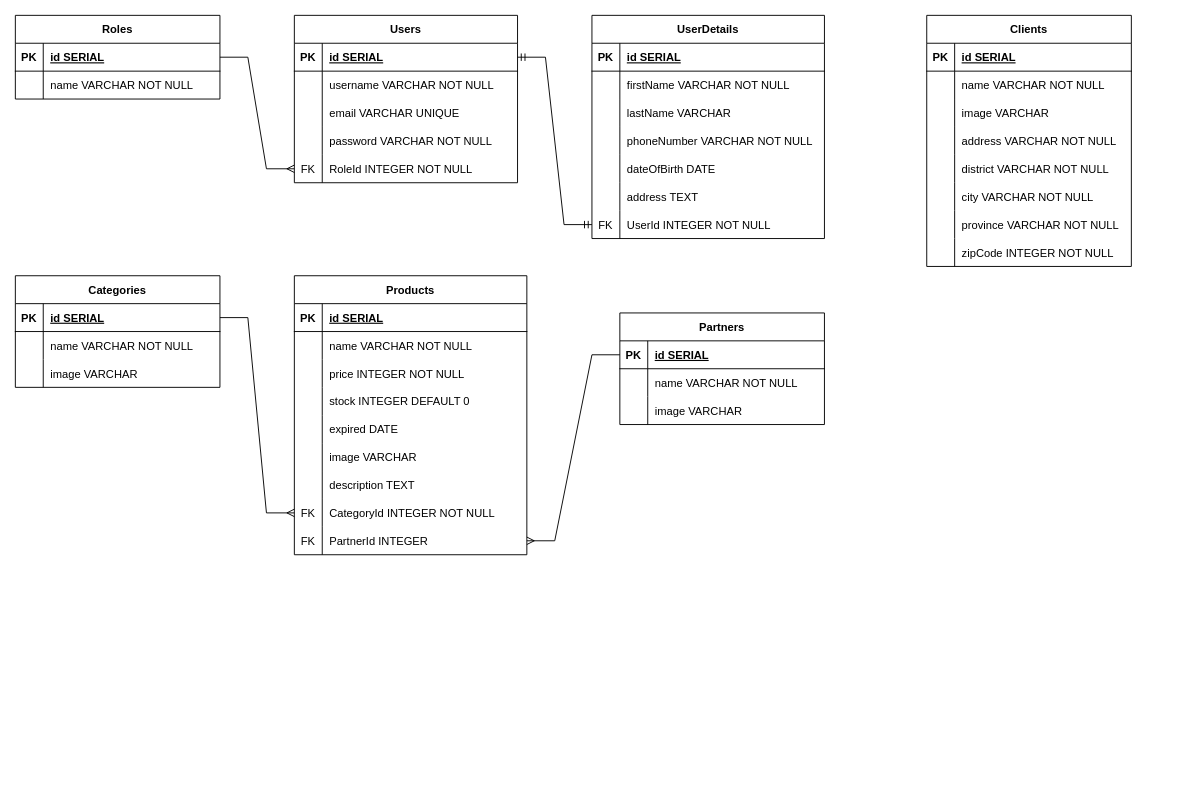
Before: public/tolisfresh.drawio in sakirsyarian/tolis-fresh, a draw.io diagram. Source tidied: cells renumbered, new cells numbered last; positions are measured from the earlier drawing's top-left corner, leaving out a move shared by most shapes. Both pictures are drawn from the tidied source at 93%, with x=0, y=0 at pixel (15, 15).
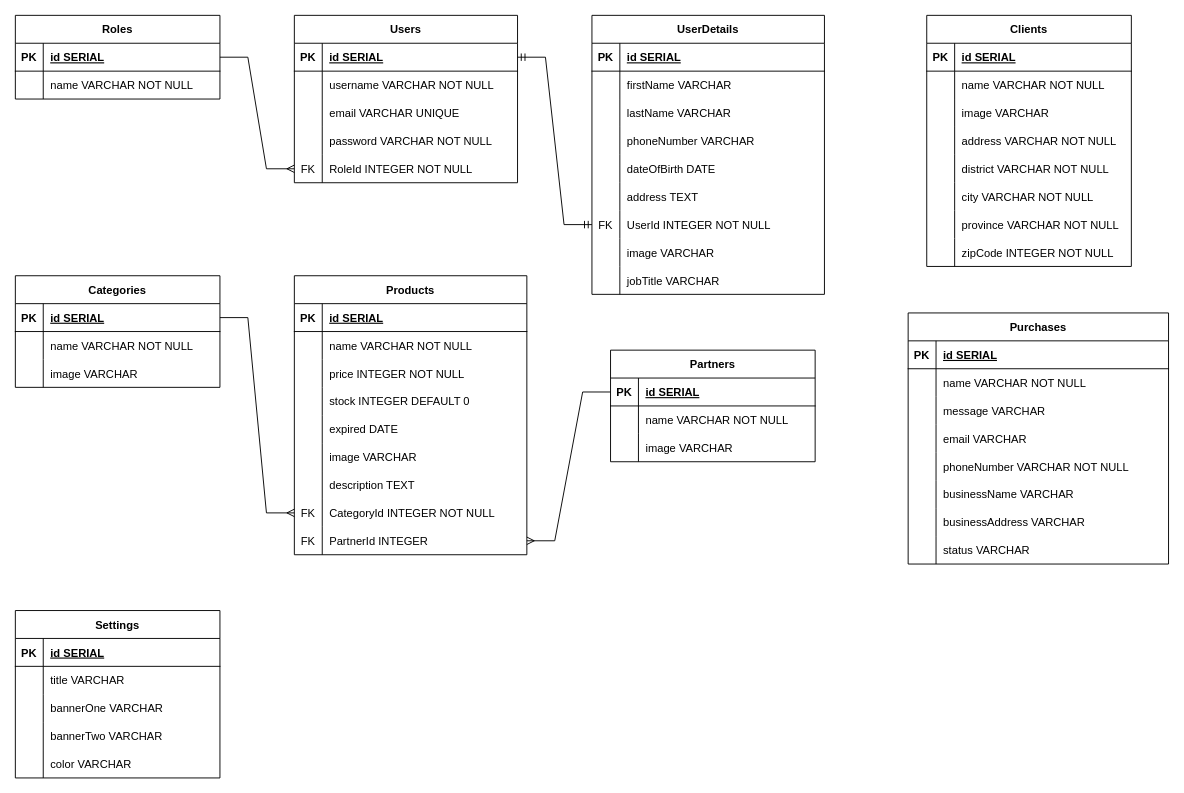
The same page after the edit.

The change refers to these unchanged cells:
```xml
<mxCell id="22" style="shape=tableRow;horizontal=0;startSize=0;swimlaneHead=0;swimlaneBody=0;fillColor=none;top=0;left=0;right=0;bottom=0;" parent="18" vertex="1">
  <mxGeometry y="60" width="250" height="30" as="geometry" />
</mxCell>
<mxCell id="28" style="shape=tableRow;horizontal=0;startSize=0;swimlaneHead=0;swimlaneBody=0;fillColor=none;top=0;left=0;right=0;bottom=0;" parent="18" vertex="1">
  <mxGeometry y="120" width="250" height="30" as="geometry" />
</mxCell>
```

Change to the diagram source:
```diff
@@
     <mxCell id="18" value="UserDetails" style="shape=table;startSize=30;childLayout=tableLayout;rowLines=0;fontStyle=1;align=center;" parent="1" vertex="1">
-      <mxGeometry x="620" width="250" height="240" as="geometry" />
+      <mxGeometry x="620" width="250" height="300" as="geometry" />
     </mxCell>
@@
-    <mxCell id="24" value="firstName VARCHAR NOT NULL" style="shape=partialRectangle;fillColor=none;top=0;left=0;bottom=0;right=0;align=left;spacingLeft=6;overflow=hidden;" parent="22" vertex="1">
+    <mxCell id="24" value="firstName VARCHAR " style="shape=partialRectangle;fillColor=none;top=0;left=0;bottom=0;right=0;align=left;spacingLeft=6;overflow=hidden;" parent="22" vertex="1">
       <mxGeometry x="30" width="220" height="30" as="geometry" />
     </mxCell>
@@
-    <mxCell id="30" value="phoneNumber VARCHAR NOT NULL" style="shape=partialRectangle;fillColor=none;top=0;left=0;bottom=0;right=0;align=left;spacingLeft=6;overflow=hidden;" parent="28" vertex="1">
+    <mxCell id="30" value="phoneNumber VARCHAR" style="shape=partialRectangle;fillColor=none;top=0;left=0;bottom=0;right=0;align=left;spacingLeft=6;overflow=hidden;" parent="28" vertex="1">
       <mxGeometry x="30" width="220" height="30" as="geometry" />
     </mxCell>
@@
+    <mxCell id="124" style="shape=tableRow;horizontal=0;startSize=0;swimlaneHead=0;swimlaneBody=0;fillColor=none;top=0;left=0;right=0;bottom=0;" parent="18" vertex="1">
+      <mxGeometry y="240" width="250" height="30" as="geometry" />
+    </mxCell>
+    <mxCell id="125" style="shape=partialRectangle;fillColor=none;top=0;left=0;bottom=0;right=0;overflow=hidden;" parent="124" vertex="1">
+      <mxGeometry width="30" height="30" as="geometry" />
+    </mxCell>
+    <mxCell id="126" value="image VARCHAR" style="shape=partialRectangle;fillColor=none;top=0;left=0;bottom=0;right=0;align=left;spacingLeft=6;overflow=hidden;" parent="124" vertex="1">
+      <mxGeometry x="30" width="220" height="30" as="geometry" />
+    </mxCell>
+    <mxCell id="127" style="shape=tableRow;horizontal=0;startSize=0;swimlaneHead=0;swimlaneBody=0;fillColor=none;top=0;left=0;right=0;bottom=0;" parent="18" vertex="1">
+      <mxGeometry y="270" width="250" height="30" as="geometry" />
+    </mxCell>
+    <mxCell id="128" style="shape=partialRectangle;fillColor=none;top=0;left=0;bottom=0;right=0;overflow=hidden;" parent="127" vertex="1">
+      <mxGeometry width="30" height="30" as="geometry" />
+    </mxCell>
+    <mxCell id="129" value="jobTitle VARCHAR" style="shape=partialRectangle;fillColor=none;top=0;left=0;bottom=0;right=0;align=left;spacingLeft=6;overflow=hidden;" parent="127" vertex="1">
+      <mxGeometry x="30" width="220" height="30" as="geometry" />
+    </mxCell>
@@
     <mxCell id="86" value="Partners" style="shape=table;startSize=30;childLayout=tableLayout;rowLines=0;fontStyle=1;align=center;" parent="1" vertex="1">
-      <mxGeometry x="650" y="320" width="220" height="120" as="geometry" />
+      <mxGeometry x="640" y="360" width="220" height="120" as="geometry" />
     </mxCell>
@@
+    <mxCell id="130" value="Purchases" style="shape=table;startSize=30;childLayout=tableLayout;rowLines=0;fontStyle=1;align=center;" parent="1" vertex="1">
+      <mxGeometry x="960" y="320" width="280" height="270" as="geometry" />
+    </mxCell>
+    <mxCell id="131" style="shape=tableRow;horizontal=0;startSize=0;swimlaneHead=0;swimlaneBody=0;fillColor=none;top=0;left=0;right=0;bottom=1;" parent="130" vertex="1">
+      <mxGeometry y="30" width="280" height="30" as="geometry" />
+    </mxCell>
+    <mxCell id="132" value="PK" style="shape=partialRectangle;fillColor=none;top=0;left=0;bottom=0;right=0;fontStyle=1;overflow=hidden;" parent="131" vertex="1">
+      <mxGeometry width="30" height="30" as="geometry" />
+    </mxCell>
+    <mxCell id="133" value="id SERIAL" style="shape=partialRectangle;fillColor=none;top=0;left=0;bottom=0;right=0;align=left;spacingLeft=6;fontStyle=5;overflow=hidden;" parent="131" vertex="1">
+      <mxGeometry x="30" width="250" height="30" as="geometry" />
+    </mxCell>
+    <mxCell id="134" style="shape=tableRow;horizontal=0;startSize=0;swimlaneHead=0;swimlaneBody=0;fillColor=none;top=0;left=0;right=0;bottom=0;" parent="130" vertex="1">
+      <mxGeometry y="60" width="280" height="30" as="geometry" />
+    </mxCell>
+    <mxCell id="135" style="shape=partialRectangle;fillColor=none;top=0;left=0;bottom=0;right=0;overflow=hidden;" parent="134" vertex="1">
+      <mxGeometry width="30" height="30" as="geometry" />
+    </mxCell>
+    <mxCell id="136" value="name VARCHAR NOT NULL" style="shape=partialRectangle;fillColor=none;top=0;left=0;bottom=0;right=0;align=left;spacingLeft=6;overflow=hidden;" parent="134" vertex="1">
+      <mxGeometry x="30" width="250" height="30" as="geometry" />
+    </mxCell>
+    <mxCell id="137" style="shape=tableRow;horizontal=0;startSize=0;swimlaneHead=0;swimlaneBody=0;fillColor=none;top=0;left=0;right=0;bottom=0;" parent="130" vertex="1">
+      <mxGeometry y="90" width="280" height="30" as="geometry" />
+    </mxCell>
+    <mxCell id="138" style="shape=partialRectangle;fillColor=none;top=0;left=0;bottom=0;right=0;overflow=hidden;" parent="137" vertex="1">
+      <mxGeometry width="30" height="30" as="geometry" />
+    </mxCell>
+    <mxCell id="139" value="message VARCHAR" style="shape=partialRectangle;fillColor=none;top=0;left=0;bottom=0;right=0;align=left;spacingLeft=6;overflow=hidden;" parent="137" vertex="1">
+      <mxGeometry x="30" width="250" height="30" as="geometry" />
+    </mxCell>
+    <mxCell id="140" style="shape=tableRow;horizontal=0;startSize=0;swimlaneHead=0;swimlaneBody=0;fillColor=none;top=0;left=0;right=0;bottom=0;" parent="130" vertex="1">
+      <mxGeometry y="120" width="280" height="30" as="geometry" />
+    </mxCell>
+    <mxCell id="141" style="shape=partialRectangle;fillColor=none;top=0;left=0;bottom=0;right=0;overflow=hidden;" parent="140" vertex="1">
+      <mxGeometry width="30" height="30" as="geometry" />
+    </mxCell>
+    <mxCell id="142" value="email VARCHAR" style="shape=partialRectangle;fillColor=none;top=0;left=0;bottom=0;right=0;align=left;spacingLeft=6;overflow=hidden;" parent="140" vertex="1">
+      <mxGeometry x="30" width="250" height="30" as="geometry" />
+    </mxCell>
+    <mxCell id="143" style="shape=tableRow;horizontal=0;startSize=0;swimlaneHead=0;swimlaneBody=0;fillColor=none;top=0;left=0;right=0;bottom=0;" parent="130" vertex="1">
+      <mxGeometry y="150" width="280" height="30" as="geometry" />
+    </mxCell>
+    <mxCell id="144" style="shape=partialRectangle;fillColor=none;top=0;left=0;bottom=0;right=0;overflow=hidden;" parent="143" vertex="1">
+      <mxGeometry width="30" height="30" as="geometry" />
+    </mxCell>
+    <mxCell id="145" value="phoneNumber VARCHAR NOT NULL" style="shape=partialRectangle;fillColor=none;top=0;left=0;bottom=0;right=0;align=left;spacingLeft=6;overflow=hidden;" parent="143" vertex="1">
+      <mxGeometry x="30" width="250" height="30" as="geometry" />
+    </mxCell>
+    <mxCell id="146" style="shape=tableRow;horizontal=0;startSize=0;swimlaneHead=0;swimlaneBody=0;fillColor=none;top=0;left=0;right=0;bottom=0;" parent="130" vertex="1">
+      <mxGeometry y="180" width="280" height="30" as="geometry" />
+    </mxCell>
+    <mxCell id="147" style="shape=partialRectangle;fillColor=none;top=0;left=0;bottom=0;right=0;overflow=hidden;" parent="146" vertex="1">
+      <mxGeometry width="30" height="30" as="geometry" />
+    </mxCell>
+    <mxCell id="148" value="businessName VARCHAR " style="shape=partialRectangle;fillColor=none;top=0;left=0;bottom=0;right=0;align=left;spacingLeft=6;overflow=hidden;" parent="146" vertex="1">
+      <mxGeometry x="30" width="250" height="30" as="geometry" />
+    </mxCell>
+    <mxCell id="149" style="shape=tableRow;horizontal=0;startSize=0;swimlaneHead=0;swimlaneBody=0;fillColor=none;top=0;left=0;right=0;bottom=0;" parent="130" vertex="1">
+      <mxGeometry y="210" width="280" height="30" as="geometry" />
+    </mxCell>
+    <mxCell id="150" style="shape=partialRectangle;fillColor=none;top=0;left=0;bottom=0;right=0;overflow=hidden;" parent="149" vertex="1">
+      <mxGeometry width="30" height="30" as="geometry" />
+    </mxCell>
+    <mxCell id="151" value="businessAddress VARCHAR" style="shape=partialRectangle;fillColor=none;top=0;left=0;bottom=0;right=0;align=left;spacingLeft=6;overflow=hidden;" parent="149" vertex="1">
+      <mxGeometry x="30" width="250" height="30" as="geometry" />
+    </mxCell>
+    <mxCell id="152" style="shape=tableRow;horizontal=0;startSize=0;swimlaneHead=0;swimlaneBody=0;fillColor=none;top=0;left=0;right=0;bottom=0;" parent="130" vertex="1">
+      <mxGeometry y="240" width="280" height="30" as="geometry" />
+    </mxCell>
+    <mxCell id="153" style="shape=partialRectangle;fillColor=none;top=0;left=0;bottom=0;right=0;overflow=hidden;" parent="152" vertex="1">
+      <mxGeometry width="30" height="30" as="geometry" />
+    </mxCell>
+    <mxCell id="154" value="status VARCHAR" style="shape=partialRectangle;fillColor=none;top=0;left=0;bottom=0;right=0;align=left;spacingLeft=6;overflow=hidden;" parent="152" vertex="1">
+      <mxGeometry x="30" width="250" height="30" as="geometry" />
+    </mxCell>
+    <mxCell id="155" value="Settings" style="shape=table;startSize=30;childLayout=tableLayout;rowLines=0;fontStyle=1;align=center;" parent="1" vertex="1">
+      <mxGeometry y="640" width="220" height="180" as="geometry" />
+    </mxCell>
+    <mxCell id="156" style="shape=tableRow;horizontal=0;startSize=0;swimlaneHead=0;swimlaneBody=0;fillColor=none;top=0;left=0;right=0;bottom=1;" parent="155" vertex="1">
+      <mxGeometry y="30" width="220" height="30" as="geometry" />
+    </mxCell>
+    <mxCell id="157" value="PK" style="shape=partialRectangle;fillColor=none;top=0;left=0;bottom=0;right=0;fontStyle=1;overflow=hidden;" parent="156" vertex="1">
+      <mxGeometry width="30" height="30" as="geometry" />
+    </mxCell>
+    <mxCell id="158" value="id SERIAL" style="shape=partialRectangle;fillColor=none;top=0;left=0;bottom=0;right=0;align=left;spacingLeft=6;fontStyle=5;overflow=hidden;" parent="156" vertex="1">
+      <mxGeometry x="30" width="190" height="30" as="geometry" />
+    </mxCell>
+    <mxCell id="159" style="shape=tableRow;horizontal=0;startSize=0;swimlaneHead=0;swimlaneBody=0;fillColor=none;top=0;left=0;right=0;bottom=0;" parent="155" vertex="1">
+      <mxGeometry y="60" width="220" height="30" as="geometry" />
+    </mxCell>
+    <mxCell id="160" style="shape=partialRectangle;fillColor=none;top=0;left=0;bottom=0;right=0;overflow=hidden;" parent="159" vertex="1">
+      <mxGeometry width="30" height="30" as="geometry" />
+    </mxCell>
+    <mxCell id="161" value="title VARCHAR" style="shape=partialRectangle;fillColor=none;top=0;left=0;bottom=0;right=0;align=left;spacingLeft=6;overflow=hidden;" parent="159" vertex="1">
+      <mxGeometry x="30" width="190" height="30" as="geometry" />
+    </mxCell>
+    <mxCell id="162" style="shape=tableRow;horizontal=0;startSize=0;swimlaneHead=0;swimlaneBody=0;fillColor=none;top=0;left=0;right=0;bottom=0;" parent="155" vertex="1">
+      <mxGeometry y="90" width="220" height="30" as="geometry" />
+    </mxCell>
+    <mxCell id="163" style="shape=partialRectangle;fillColor=none;top=0;left=0;bottom=0;right=0;overflow=hidden;" parent="162" vertex="1">
+      <mxGeometry width="30" height="30" as="geometry" />
+    </mxCell>
+    <mxCell id="164" value="bannerOne VARCHAR" style="shape=partialRectangle;fillColor=none;top=0;left=0;bottom=0;right=0;align=left;spacingLeft=6;overflow=hidden;" parent="162" vertex="1">
+      <mxGeometry x="30" width="190" height="30" as="geometry" />
+    </mxCell>
+    <mxCell id="165" style="shape=tableRow;horizontal=0;startSize=0;swimlaneHead=0;swimlaneBody=0;fillColor=none;top=0;left=0;right=0;bottom=0;" parent="155" vertex="1">
+      <mxGeometry y="120" width="220" height="30" as="geometry" />
+    </mxCell>
+    <mxCell id="166" style="shape=partialRectangle;fillColor=none;top=0;left=0;bottom=0;right=0;overflow=hidden;" parent="165" vertex="1">
+      <mxGeometry width="30" height="30" as="geometry" />
+    </mxCell>
+    <mxCell id="167" value="bannerTwo VARCHAR" style="shape=partialRectangle;fillColor=none;top=0;left=0;bottom=0;right=0;align=left;spacingLeft=6;overflow=hidden;" parent="165" vertex="1">
+      <mxGeometry x="30" width="190" height="30" as="geometry" />
+    </mxCell>
+    <mxCell id="168" style="shape=tableRow;horizontal=0;startSize=0;swimlaneHead=0;swimlaneBody=0;fillColor=none;top=0;left=0;right=0;bottom=0;" parent="155" vertex="1">
+      <mxGeometry y="150" width="220" height="30" as="geometry" />
+    </mxCell>
+    <mxCell id="169" style="shape=partialRectangle;fillColor=none;top=0;left=0;bottom=0;right=0;overflow=hidden;" parent="168" vertex="1">
+      <mxGeometry width="30" height="30" as="geometry" />
+    </mxCell>
+    <mxCell id="170" value="color VARCHAR" style="shape=partialRectangle;fillColor=none;top=0;left=0;bottom=0;right=0;align=left;spacingLeft=6;overflow=hidden;" parent="168" vertex="1">
+      <mxGeometry x="30" width="190" height="30" as="geometry" />
+    </mxCell>
```
